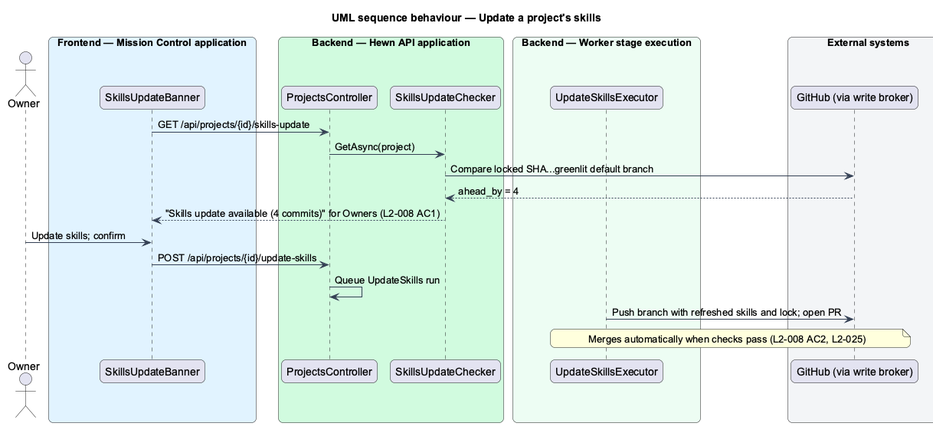
QuinntyneBrown/hewn keeps this PlantUML diagram as docs/detailed-designs/stages/bootstrap-skills/diagrams/sequence-update.png. Above is the earlier version.
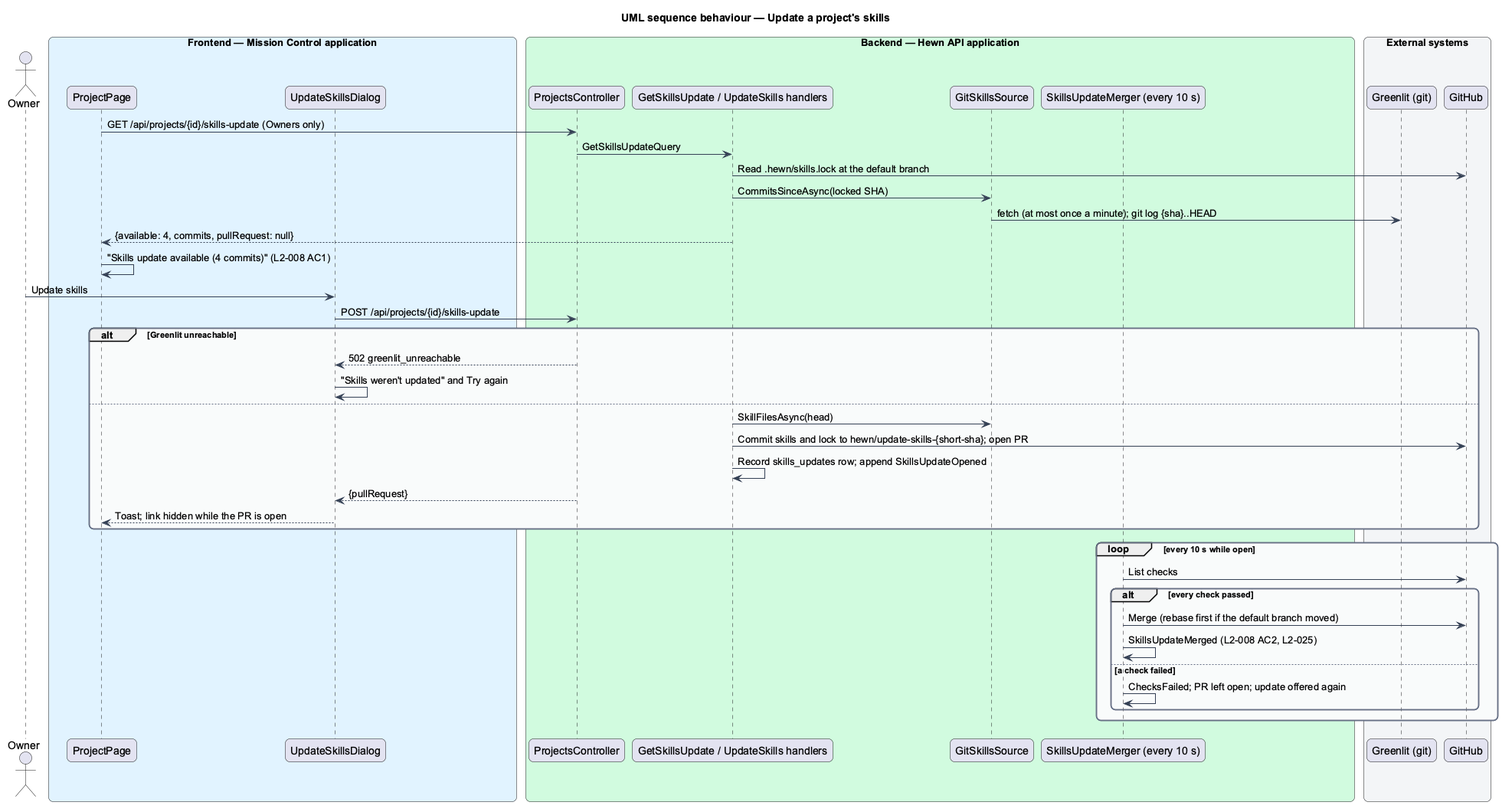
After the change.

Diff of the diagram source:
```diff
@@ -17,26 +17,45 @@
 skinparam sequenceMessageAlign left
 actor "Owner" as owner
 box "Frontend — Mission Control application" #E0F2FE
-  participant "SkillsUpdateBanner" as banner
+  participant "ProjectPage" as page
+  participant "UpdateSkillsDialog" as dlg
 end box
 box "Backend — Hewn API application" #D1FADF
   participant "ProjectsController" as ctrl
-  participant "SkillsUpdateChecker" as chk
-end box
-box "Backend — Worker stage execution" #ECFDF3
-  participant "UpdateSkillsExecutor" as upd
+  participant "GetSkillsUpdate / UpdateSkills handlers" as h
+  participant "GitSkillsSource" as src
+  participant "SkillsUpdateMerger (every 10 s)" as merge
 end box
 box "External systems" #F2F4F7
-  participant "GitHub (via write broker)" as gh
+  participant "Greenlit (git)" as greenlit
+  participant "GitHub" as gh
 end box
-banner -> ctrl : GET /api/projects/{id}/skills-update
-ctrl -> chk : GetAsync(project)
-chk -> gh : Compare locked SHA...greenlit default branch
-gh --> chk : ahead_by = 4
-chk --> banner : "Skills update available (4 commits)" for Owners (L2-008 AC1)
-owner -> banner : Update skills; confirm
-banner -> ctrl : POST /api/projects/{id}/update-skills
-ctrl -> ctrl : Queue UpdateSkills run
-upd -> gh : Push branch with refreshed skills and lock; open PR
-note over upd, gh : Merges automatically when checks pass (L2-008 AC2, L2-025)
+page -> ctrl : GET /api/projects/{id}/skills-update (Owners only)
+ctrl -> h : GetSkillsUpdateQuery
+h -> gh : Read .hewn/skills.lock at the default branch
+h -> src : CommitsSinceAsync(locked SHA)
+src -> greenlit : fetch (at most once a minute); git log {sha}..HEAD
+h --> page : {available: 4, commits, pullRequest: null}
+page -> page : "Skills update available (4 commits)" (L2-008 AC1)
+owner -> dlg : Update skills
+dlg -> ctrl : POST /api/projects/{id}/skills-update
+alt Greenlit unreachable
+  ctrl --> dlg : 502 greenlit_unreachable
+  dlg -> dlg : "Skills weren't updated" and Try again
+else
+  h -> src : SkillFilesAsync(head)
+  h -> gh : Commit skills and lock to hewn/update-skills-{short-sha}; open PR
+  h -> h : Record skills_updates row; append SkillsUpdateOpened
+  ctrl --> dlg : {pullRequest}
+  dlg --> page : Toast; link hidden while the PR is open
+end
+loop every 10 s while open
+  merge -> gh : List checks
+  alt every check passed
+    merge -> gh : Merge (rebase first if the default branch moved)
+    merge -> merge : SkillsUpdateMerged (L2-008 AC2, L2-025)
+  else a check failed
+    merge -> merge : ChecksFailed; PR left open; update offered again
+  end
+end
 @enduml
```
